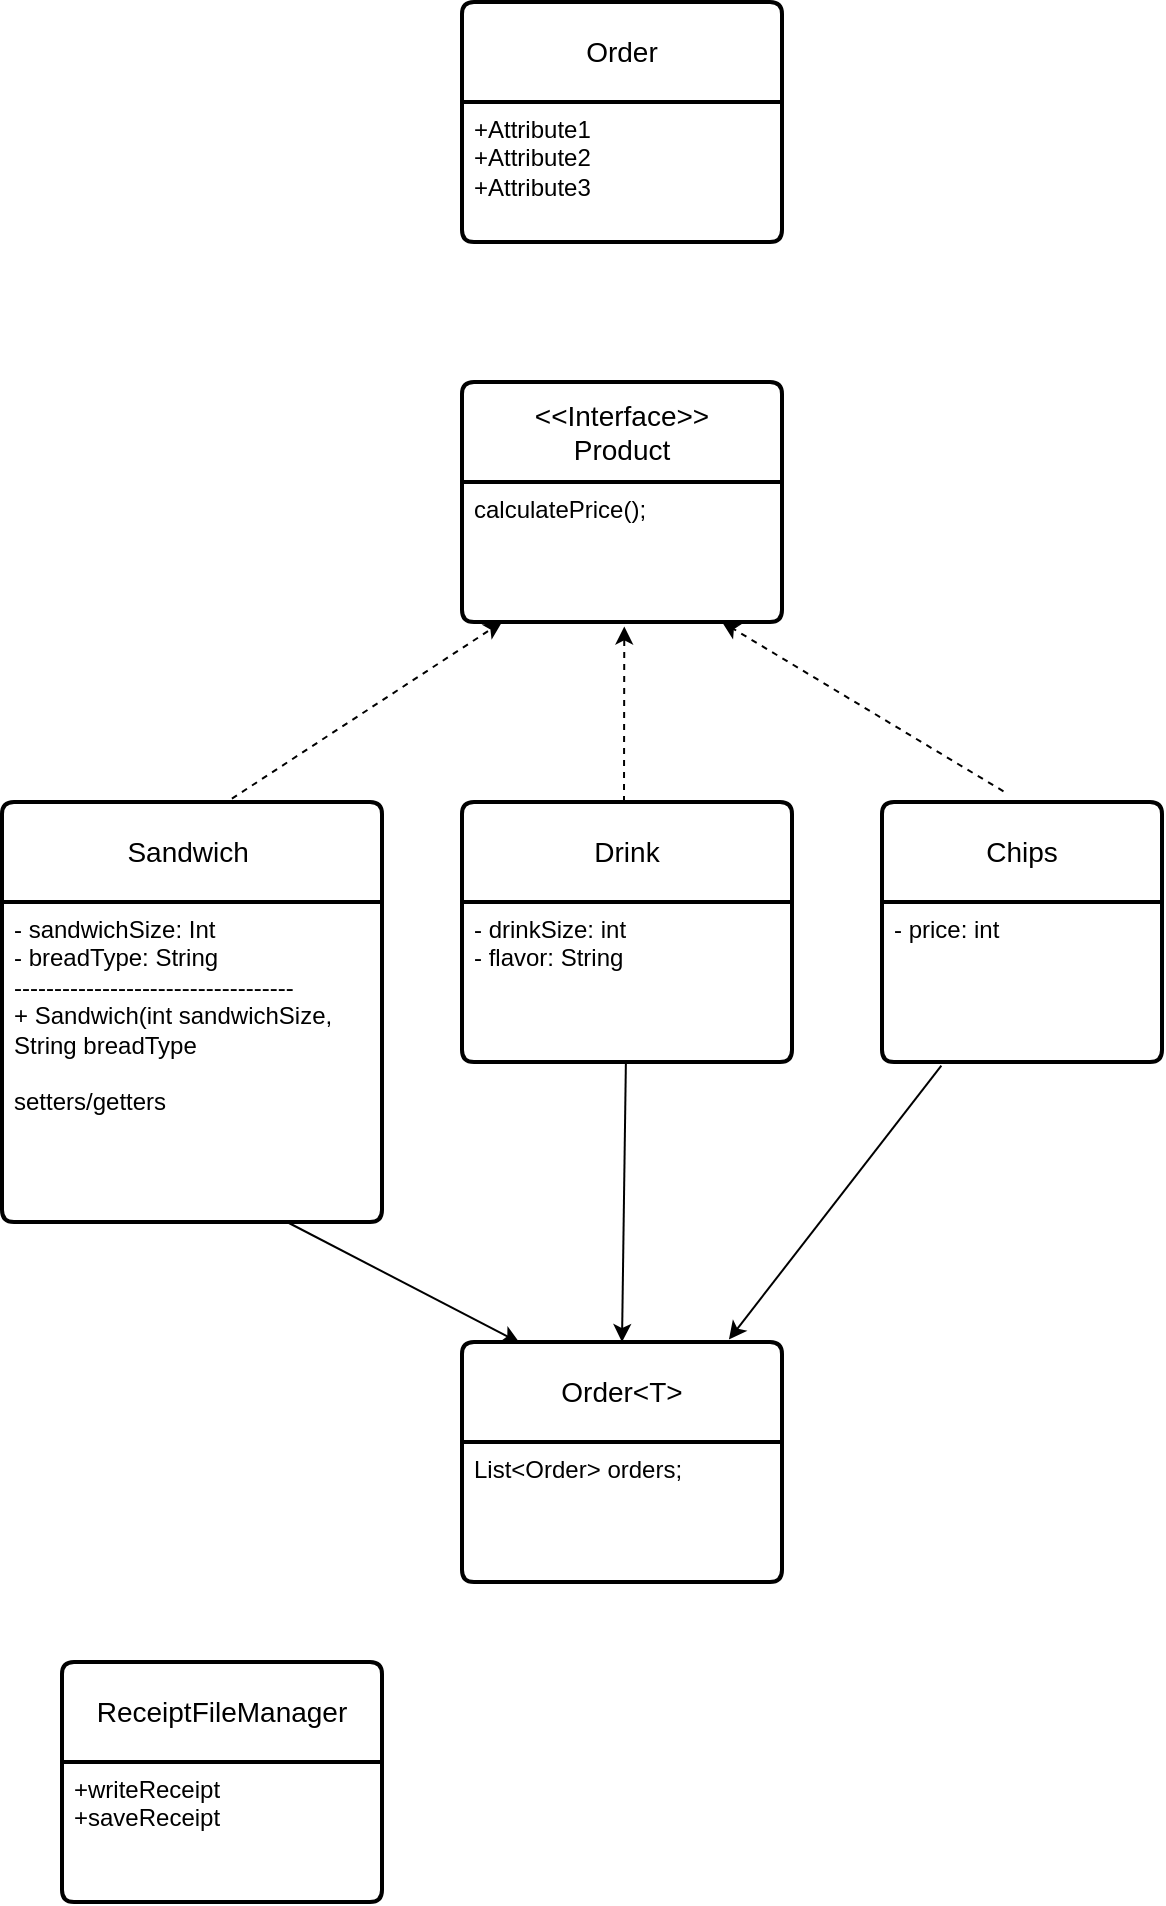
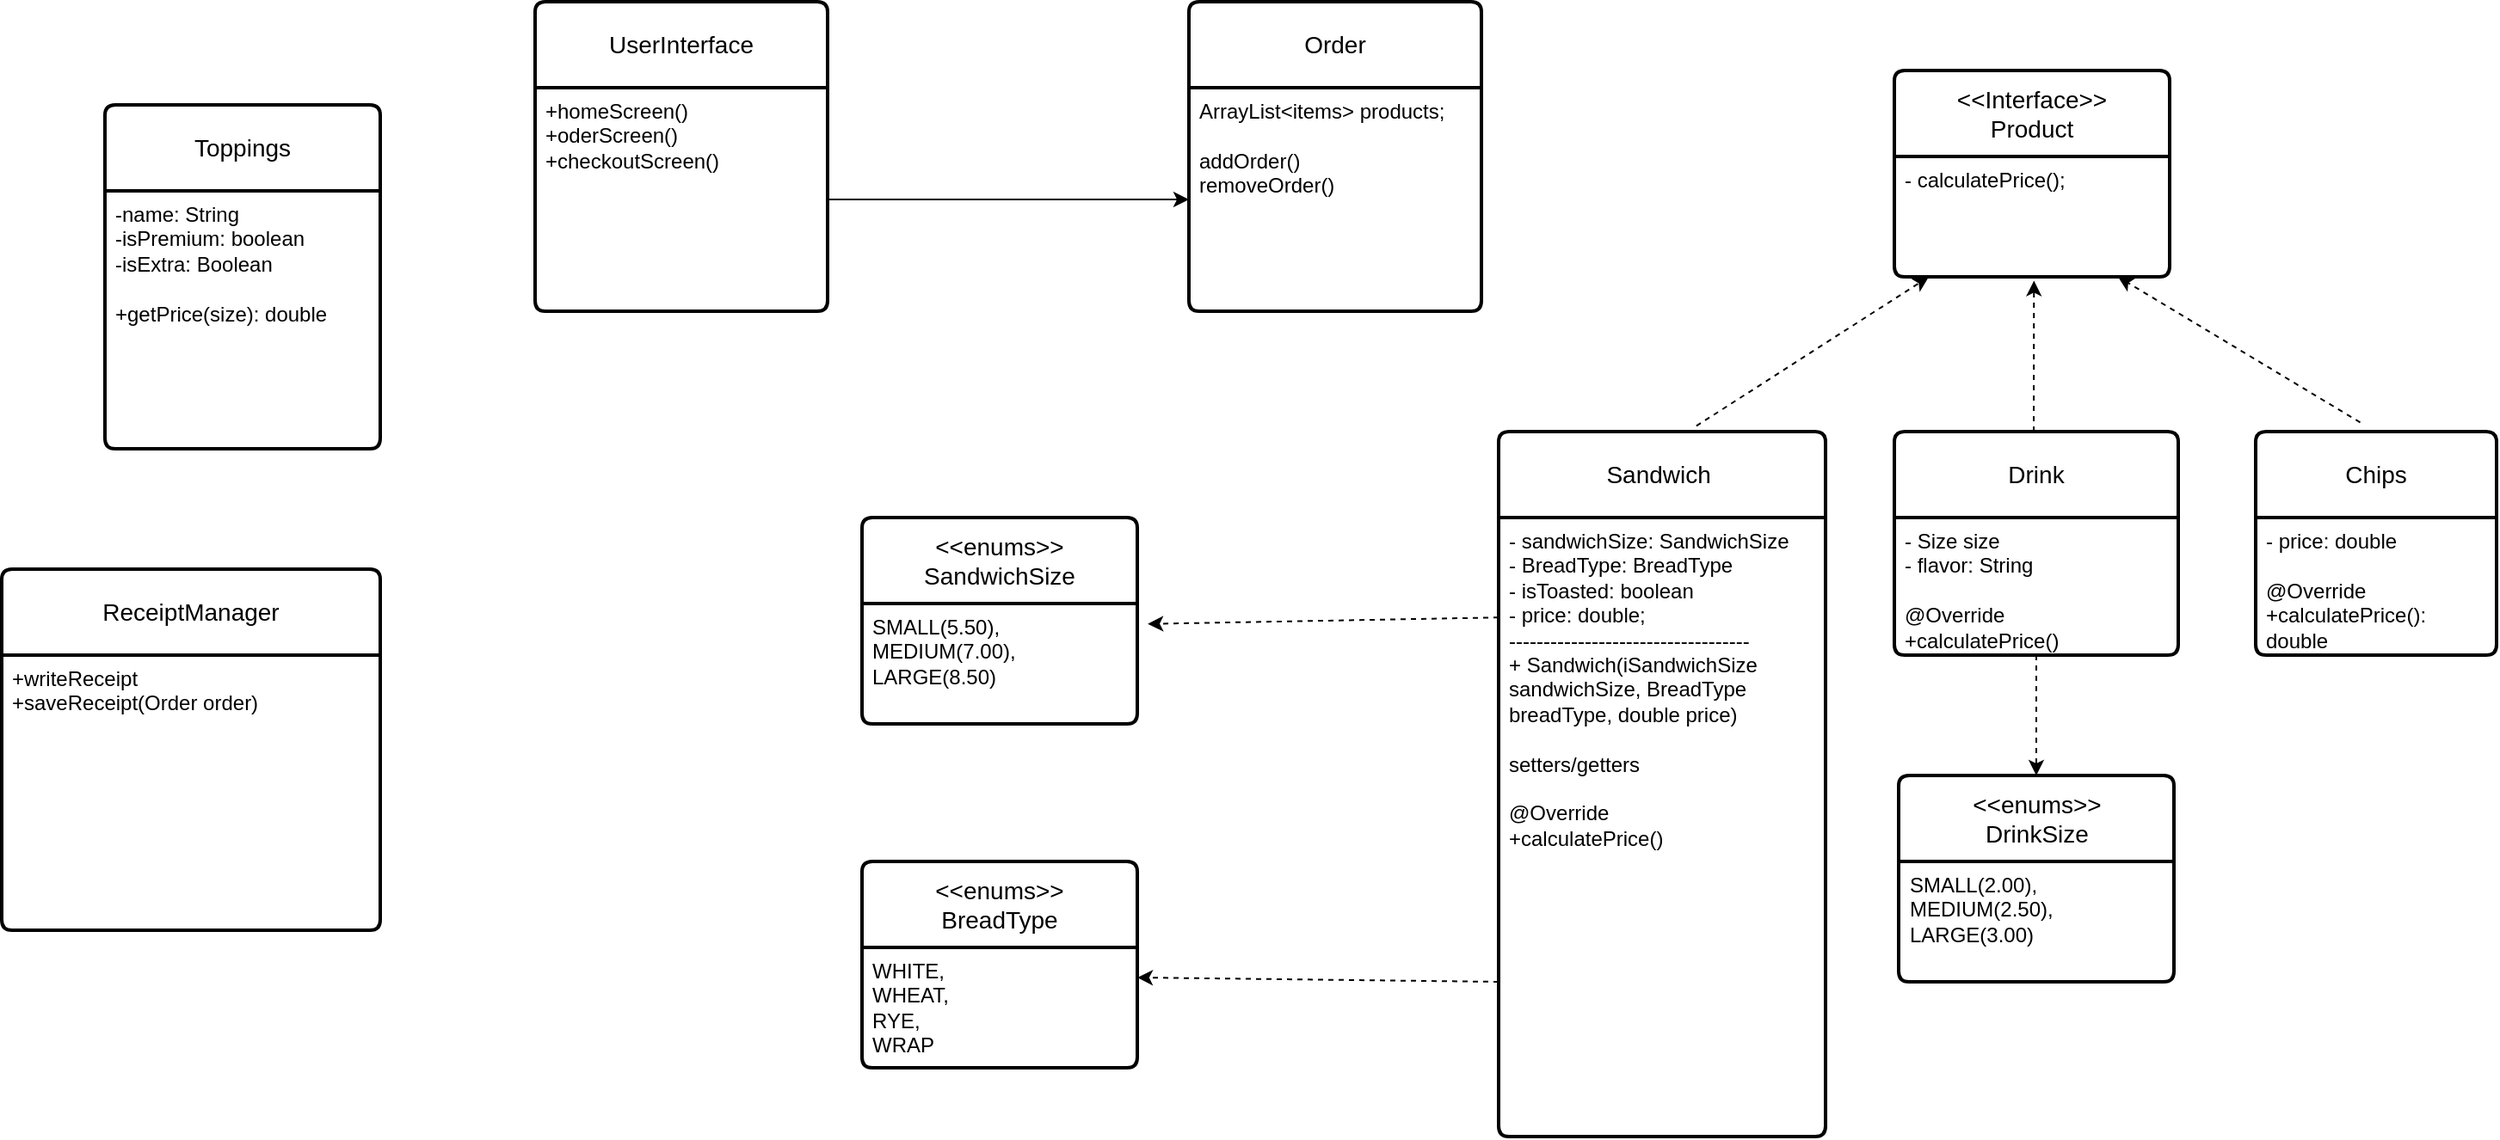
<mxfile host="app.diagrams.net">
  <diagram name="Page-1" id="YyGXs1iZocn5N6D9l4fh">
-     <mxGraphModel dx="620" dy="407" grid="1" gridSize="10" guides="1" tooltips="1" connect="1" arrows="1" fold="1" page="1" pageScale="1" pageWidth="850" pageHeight="1100" math="0" shadow="0">
+     <mxGraphModel dx="2051" dy="588" grid="1" gridSize="10" guides="1" tooltips="1" connect="1" arrows="1" fold="1" page="1" pageScale="1" pageWidth="850" pageHeight="1100" math="0" shadow="0">
      <root>
        <mxCell id="0" />
        <mxCell id="1" parent="0" />
        <mxCell id="Uu4XMJPzRMyQYmsgkCTQ-1" parent="1" style="swimlane;childLayout=stackLayout;horizontal=1;startSize=50;horizontalStack=0;rounded=1;fontSize=14;fontStyle=0;strokeWidth=2;resizeParent=0;resizeLast=1;shadow=0;dashed=0;align=center;arcSize=4;whiteSpace=wrap;html=1;" value="Sandwich&amp;nbsp;" vertex="1">
-           <mxGeometry height="210" width="190" x="90" y="480" as="geometry" />
+           <mxGeometry height="410" width="190" x="90" y="480" as="geometry" />
        </mxCell>
-         <mxCell id="Uu4XMJPzRMyQYmsgkCTQ-2" parent="Uu4XMJPzRMyQYmsgkCTQ-1" style="align=left;strokeColor=none;fillColor=none;spacingLeft=4;spacingRight=4;fontSize=12;verticalAlign=top;resizable=0;rotatable=0;part=1;html=1;whiteSpace=wrap;" value="- sandwichSize: Int&amp;nbsp;&lt;div&gt;- breadType: String&amp;nbsp;&lt;/div&gt;&lt;div&gt;-----------------------------------&lt;/div&gt;&lt;div&gt;+ Sandwich(int sandwichSize, String breadType&lt;/div&gt;&lt;div&gt;&lt;br&gt;&lt;/div&gt;&lt;div&gt;setters/getters&lt;/div&gt;&lt;div&gt;&lt;br&gt;&lt;/div&gt;&lt;div&gt;&lt;br&gt;&lt;/div&gt;" vertex="1">
-           <mxGeometry height="160" width="190" y="50" as="geometry" />
+         <mxCell id="Uu4XMJPzRMyQYmsgkCTQ-2" parent="Uu4XMJPzRMyQYmsgkCTQ-1" style="align=left;strokeColor=none;fillColor=none;spacingLeft=4;spacingRight=4;fontSize=12;verticalAlign=top;resizable=0;rotatable=0;part=1;html=1;whiteSpace=wrap;" value="&lt;div&gt;- sandwichSize:&amp;nbsp;&lt;span style=&quot;background-color: transparent; color: light-dark(rgb(0, 0, 0), rgb(255, 255, 255));&quot;&gt;SandwichSize&lt;/span&gt;&lt;/div&gt;&lt;div&gt;- BreadType: BreadType&lt;div&gt;- isToasted: boolean&lt;/div&gt;&lt;div&gt;- price: double;&lt;/div&gt;&lt;div&gt;-----------------------------------&lt;/div&gt;&lt;div&gt;+ Sandwich(iSandwichSize sandwichSize, BreadType breadType, double price)&lt;/div&gt;&lt;div&gt;&lt;br&gt;&lt;/div&gt;&lt;div&gt;setters/getters&lt;/div&gt;&lt;div&gt;&lt;br&gt;&lt;/div&gt;&lt;div&gt;@Override&lt;/div&gt;&lt;div&gt;+calculatePrice()&lt;/div&gt;&lt;/div&gt;" vertex="1">
+           <mxGeometry height="360" width="190" y="50" as="geometry" />
        </mxCell>
        <mxCell id="Uu4XMJPzRMyQYmsgkCTQ-3" parent="1" style="swimlane;childLayout=stackLayout;horizontal=1;startSize=50;horizontalStack=0;rounded=1;fontSize=14;fontStyle=0;strokeWidth=2;resizeParent=0;resizeLast=1;shadow=0;dashed=0;align=center;arcSize=4;whiteSpace=wrap;html=1;" value="Drink" vertex="1">
          <mxGeometry height="130" width="165" x="320" y="480" as="geometry" />
        </mxCell>
-         <mxCell id="Uu4XMJPzRMyQYmsgkCTQ-4" parent="Uu4XMJPzRMyQYmsgkCTQ-3" style="align=left;strokeColor=none;fillColor=none;spacingLeft=4;spacingRight=4;fontSize=12;verticalAlign=top;resizable=0;rotatable=0;part=1;html=1;whiteSpace=wrap;" value="- drinkSize: int&amp;nbsp;&lt;div&gt;- flavor: String&lt;/div&gt;" vertex="1">
+         <mxCell id="Uu4XMJPzRMyQYmsgkCTQ-4" parent="Uu4XMJPzRMyQYmsgkCTQ-3" style="align=left;strokeColor=none;fillColor=none;spacingLeft=4;spacingRight=4;fontSize=12;verticalAlign=top;resizable=0;rotatable=0;part=1;html=1;whiteSpace=wrap;" value="- Size size&lt;div&gt;- flavor: String&lt;/div&gt;&lt;div&gt;&lt;br&gt;&lt;/div&gt;&lt;div&gt;&lt;div&gt;@Override&lt;/div&gt;&lt;div&gt;+calculatePrice()&lt;/div&gt;&lt;/div&gt;" vertex="1">
          <mxGeometry height="80" width="165" y="50" as="geometry" />
        </mxCell>
        <mxCell id="Uu4XMJPzRMyQYmsgkCTQ-5" parent="1" style="swimlane;childLayout=stackLayout;horizontal=1;startSize=50;horizontalStack=0;rounded=1;fontSize=14;fontStyle=0;strokeWidth=2;resizeParent=0;resizeLast=1;shadow=0;dashed=0;align=center;arcSize=4;whiteSpace=wrap;html=1;" value="Chips" vertex="1">
          <mxGeometry height="130" width="140" x="530" y="480" as="geometry" />
        </mxCell>
-         <mxCell id="Uu4XMJPzRMyQYmsgkCTQ-6" parent="Uu4XMJPzRMyQYmsgkCTQ-5" style="align=left;strokeColor=none;fillColor=none;spacingLeft=4;spacingRight=4;fontSize=12;verticalAlign=top;resizable=0;rotatable=0;part=1;html=1;whiteSpace=wrap;" value="- price: int" vertex="1">
+         <mxCell id="Uu4XMJPzRMyQYmsgkCTQ-6" parent="Uu4XMJPzRMyQYmsgkCTQ-5" style="align=left;strokeColor=none;fillColor=none;spacingLeft=4;spacingRight=4;fontSize=12;verticalAlign=top;resizable=0;rotatable=0;part=1;html=1;whiteSpace=wrap;" value="- price: double&lt;div&gt;&lt;br&gt;&lt;/div&gt;&lt;div&gt;&lt;div&gt;@Override&lt;/div&gt;&lt;div&gt;+calculatePrice(): double&lt;/div&gt;&lt;/div&gt;" vertex="1">
          <mxGeometry height="80" width="140" y="50" as="geometry" />
-         </mxCell>
-         <mxCell id="Uu4XMJPzRMyQYmsgkCTQ-7" parent="1" style="swimlane;childLayout=stackLayout;horizontal=1;startSize=50;horizontalStack=0;rounded=1;fontSize=14;fontStyle=0;strokeWidth=2;resizeParent=0;resizeLast=1;shadow=0;dashed=0;align=center;arcSize=4;whiteSpace=wrap;html=1;" value="Order" vertex="1">
-           <mxGeometry height="120" width="160" x="320" y="80" as="geometry" />
-         </mxCell>
-         <mxCell id="Uu4XMJPzRMyQYmsgkCTQ-8" parent="Uu4XMJPzRMyQYmsgkCTQ-7" style="align=left;strokeColor=none;fillColor=none;spacingLeft=4;spacingRight=4;fontSize=12;verticalAlign=top;resizable=0;rotatable=0;part=1;html=1;whiteSpace=wrap;" value="+Attribute1&#xa;+Attribute2&#xa;+Attribute3" vertex="1">
-           <mxGeometry height="70" width="160" y="50" as="geometry" />
        </mxCell>
        <mxCell id="Uu4XMJPzRMyQYmsgkCTQ-9" parent="1" style="swimlane;childLayout=stackLayout;horizontal=1;startSize=50;horizontalStack=0;rounded=1;fontSize=14;fontStyle=0;strokeWidth=2;resizeParent=0;resizeLast=1;shadow=0;dashed=0;align=center;arcSize=4;whiteSpace=wrap;html=1;" value="&lt;div&gt;&amp;lt;&amp;lt;Interface&amp;gt;&amp;gt;&lt;/div&gt;Product" vertex="1">
          <mxGeometry height="120" width="160" x="320" y="270" as="geometry" />
        </mxCell>
-         <mxCell id="Uu4XMJPzRMyQYmsgkCTQ-10" parent="Uu4XMJPzRMyQYmsgkCTQ-9" style="align=left;strokeColor=none;fillColor=none;spacingLeft=4;spacingRight=4;fontSize=12;verticalAlign=top;resizable=0;rotatable=0;part=1;html=1;whiteSpace=wrap;" value="calculatePrice();" vertex="1">
+         <mxCell id="Uu4XMJPzRMyQYmsgkCTQ-10" parent="Uu4XMJPzRMyQYmsgkCTQ-9" style="align=left;strokeColor=none;fillColor=none;spacingLeft=4;spacingRight=4;fontSize=12;verticalAlign=top;resizable=0;rotatable=0;part=1;html=1;whiteSpace=wrap;" value="- calculatePrice();" vertex="1">
          <mxGeometry height="70" width="160" y="50" as="geometry" />
        </mxCell>
        <mxCell id="Uu4XMJPzRMyQYmsgkCTQ-11" edge="1" parent="1" source="Uu4XMJPzRMyQYmsgkCTQ-1" style="endArrow=classic;html=1;rounded=0;dashed=1;exitX=0.605;exitY=-0.008;exitDx=0;exitDy=0;exitPerimeter=0;" value="">
          <mxGeometry height="50" relative="1" width="50" as="geometry">
            <mxPoint x="180" y="480" as="sourcePoint" />
            <mxPoint x="340" y="390" as="targetPoint" />
          </mxGeometry>
        </mxCell>
        <mxCell id="Uu4XMJPzRMyQYmsgkCTQ-12" edge="1" parent="1" style="endArrow=classic;html=1;rounded=0;entryX=0.454;entryY=1.032;entryDx=0;entryDy=0;entryPerimeter=0;dashed=1;" value="">
          <mxGeometry height="50" relative="1" width="50" as="geometry">
            <Array as="points" />
            <mxPoint x="401" y="480" as="sourcePoint" />
            <mxPoint x="401.14" y="392.2399999999999" as="targetPoint" />
          </mxGeometry>
        </mxCell>
        <mxCell id="Uu4XMJPzRMyQYmsgkCTQ-13" edge="1" parent="1" style="endArrow=classic;html=1;rounded=0;exitX=0.563;exitY=-0.012;exitDx=0;exitDy=0;exitPerimeter=0;dashed=1;" value="">
          <mxGeometry height="50" relative="1" width="50" as="geometry">
            <mxPoint x="590.7399999999999" y="474.6600000000001" as="sourcePoint" />
            <mxPoint x="450" y="390" as="targetPoint" />
          </mxGeometry>
        </mxCell>
-         <mxCell id="Uu4XMJPzRMyQYmsgkCTQ-14" parent="1" style="swimlane;childLayout=stackLayout;horizontal=1;startSize=50;horizontalStack=0;rounded=1;fontSize=14;fontStyle=0;strokeWidth=2;resizeParent=0;resizeLast=1;shadow=0;dashed=0;align=center;arcSize=4;whiteSpace=wrap;html=1;" value="Order&amp;lt;T&amp;gt;" vertex="1">
-           <mxGeometry height="120" width="160" x="320" y="750" as="geometry" />
+         <mxCell id="Uu4XMJPzRMyQYmsgkCTQ-14" parent="1" style="swimlane;childLayout=stackLayout;horizontal=1;startSize=50;horizontalStack=0;rounded=1;fontSize=14;fontStyle=0;strokeWidth=2;resizeParent=0;resizeLast=1;shadow=0;dashed=0;align=center;arcSize=4;whiteSpace=wrap;html=1;" value="Order" vertex="1">
+           <mxGeometry height="180" width="170" x="-90" y="230" as="geometry" />
        </mxCell>
-         <mxCell id="Uu4XMJPzRMyQYmsgkCTQ-15" parent="Uu4XMJPzRMyQYmsgkCTQ-14" style="align=left;strokeColor=none;fillColor=none;spacingLeft=4;spacingRight=4;fontSize=12;verticalAlign=top;resizable=0;rotatable=0;part=1;html=1;whiteSpace=wrap;" value="List&amp;lt;Order&amp;gt; orders;" vertex="1">
+         <mxCell id="Uu4XMJPzRMyQYmsgkCTQ-15" parent="Uu4XMJPzRMyQYmsgkCTQ-14" style="align=left;strokeColor=none;fillColor=none;spacingLeft=4;spacingRight=4;fontSize=12;verticalAlign=top;resizable=0;rotatable=0;part=1;html=1;whiteSpace=wrap;" value="ArrayList&amp;lt;items&amp;gt; products;&lt;div&gt;&lt;br&gt;&lt;/div&gt;&lt;div&gt;addOrder()&lt;/div&gt;&lt;div&gt;removeOrder()&lt;/div&gt;&lt;div&gt;&lt;br&gt;&lt;/div&gt;" vertex="1">
+           <mxGeometry height="130" width="170" y="50" as="geometry" />
+         </mxCell>
+         <mxCell id="Uu4XMJPzRMyQYmsgkCTQ-23" parent="1" style="swimlane;childLayout=stackLayout;horizontal=1;startSize=50;horizontalStack=0;rounded=1;fontSize=14;fontStyle=0;strokeWidth=2;resizeParent=0;resizeLast=1;shadow=0;dashed=0;align=center;arcSize=4;whiteSpace=wrap;html=1;" value="ReceiptManager" vertex="1">
+           <mxGeometry height="210" width="220" x="-780" y="560" as="geometry" />
+         </mxCell>
+         <mxCell id="Uu4XMJPzRMyQYmsgkCTQ-24" parent="Uu4XMJPzRMyQYmsgkCTQ-23" style="align=left;strokeColor=none;fillColor=none;spacingLeft=4;spacingRight=4;fontSize=12;verticalAlign=top;resizable=0;rotatable=0;part=1;html=1;whiteSpace=wrap;" value="&lt;div&gt;+writeReceipt&lt;/div&gt;+saveReceipt(Order order)&lt;div&gt;&lt;br&gt;&lt;/div&gt;" vertex="1">
+           <mxGeometry height="160" width="220" y="50" as="geometry" />
+         </mxCell>
+         <mxCell id="Uu4XMJPzRMyQYmsgkCTQ-25" parent="1" style="swimlane;childLayout=stackLayout;horizontal=1;startSize=50;horizontalStack=0;rounded=1;fontSize=14;fontStyle=0;strokeWidth=2;resizeParent=0;resizeLast=1;shadow=0;dashed=0;align=center;arcSize=4;whiteSpace=wrap;html=1;" value="&amp;lt;&amp;lt;enums&amp;gt;&amp;gt;&lt;div&gt;SandwichSize&lt;/div&gt;" vertex="1">
+           <mxGeometry height="120" width="160" x="-280" y="530" as="geometry" />
+         </mxCell>
+         <mxCell id="Uu4XMJPzRMyQYmsgkCTQ-26" parent="Uu4XMJPzRMyQYmsgkCTQ-25" style="align=left;strokeColor=none;fillColor=none;spacingLeft=4;spacingRight=4;fontSize=12;verticalAlign=top;resizable=0;rotatable=0;part=1;html=1;whiteSpace=wrap;" value="SMALL(5.50),&lt;br&gt;MEDIUM(7.00),&lt;br&gt;LARGE(8.50)" vertex="1">
          <mxGeometry height="70" width="160" y="50" as="geometry" />
        </mxCell>
-         <mxCell id="Uu4XMJPzRMyQYmsgkCTQ-16" edge="1" parent="1" source="Uu4XMJPzRMyQYmsgkCTQ-2" style="endArrow=classic;html=1;rounded=0;exitX=0.75;exitY=1;exitDx=0;exitDy=0;entryX=0.18;entryY=0.003;entryDx=0;entryDy=0;entryPerimeter=0;" target="Uu4XMJPzRMyQYmsgkCTQ-14" value="">
+         <mxCell id="Uu4XMJPzRMyQYmsgkCTQ-30" parent="1" style="swimlane;childLayout=stackLayout;horizontal=1;startSize=50;horizontalStack=0;rounded=1;fontSize=14;fontStyle=0;strokeWidth=2;resizeParent=0;resizeLast=1;shadow=0;dashed=0;align=center;arcSize=4;whiteSpace=wrap;html=1;" value="UserInterface" vertex="1">
+           <mxGeometry height="180" width="170" x="-470" y="230" as="geometry" />
+         </mxCell>
+         <mxCell id="Uu4XMJPzRMyQYmsgkCTQ-31" parent="Uu4XMJPzRMyQYmsgkCTQ-30" style="align=left;strokeColor=none;fillColor=none;spacingLeft=4;spacingRight=4;fontSize=12;verticalAlign=top;resizable=0;rotatable=0;part=1;html=1;whiteSpace=wrap;" value="&lt;div&gt;+homeScreen()&lt;/div&gt;&lt;div&gt;+oderScreen()&lt;/div&gt;&lt;div&gt;+checkoutScreen()&lt;/div&gt;" vertex="1">
+           <mxGeometry height="130" width="170" y="50" as="geometry" />
+         </mxCell>
+         <mxCell id="Uu4XMJPzRMyQYmsgkCTQ-33" parent="1" style="swimlane;childLayout=stackLayout;horizontal=1;startSize=50;horizontalStack=0;rounded=1;fontSize=14;fontStyle=0;strokeWidth=2;resizeParent=0;resizeLast=1;shadow=0;dashed=0;align=center;arcSize=4;whiteSpace=wrap;html=1;" value="&amp;lt;&amp;lt;enums&amp;gt;&amp;gt;&lt;div&gt;DrinkSize&lt;/div&gt;" vertex="1">
+           <mxGeometry height="120" width="160" x="322.5" y="680" as="geometry" />
+         </mxCell>
+         <mxCell id="Uu4XMJPzRMyQYmsgkCTQ-34" parent="Uu4XMJPzRMyQYmsgkCTQ-33" style="align=left;strokeColor=none;fillColor=none;spacingLeft=4;spacingRight=4;fontSize=12;verticalAlign=top;resizable=0;rotatable=0;part=1;html=1;whiteSpace=wrap;" value="SMALL(2.00),&lt;br&gt;MEDIUM(2.50),&lt;br&gt;LARGE(3.00)" vertex="1">
+           <mxGeometry height="70" width="160" y="50" as="geometry" />
+         </mxCell>
+         <mxCell id="Uu4XMJPzRMyQYmsgkCTQ-35" parent="1" style="swimlane;childLayout=stackLayout;horizontal=1;startSize=50;horizontalStack=0;rounded=1;fontSize=14;fontStyle=0;strokeWidth=2;resizeParent=0;resizeLast=1;shadow=0;dashed=0;align=center;arcSize=4;whiteSpace=wrap;html=1;" value="&amp;lt;&amp;lt;enums&amp;gt;&amp;gt;&lt;div&gt;BreadType&lt;/div&gt;" vertex="1">
+           <mxGeometry height="120" width="160" x="-280" y="730" as="geometry" />
+         </mxCell>
+         <mxCell id="Uu4XMJPzRMyQYmsgkCTQ-36" parent="Uu4XMJPzRMyQYmsgkCTQ-35" style="align=left;strokeColor=none;fillColor=none;spacingLeft=4;spacingRight=4;fontSize=12;verticalAlign=top;resizable=0;rotatable=0;part=1;html=1;whiteSpace=wrap;" value="WHITE,&lt;div&gt;WHEAT,&lt;/div&gt;&lt;div&gt;RYE,&lt;/div&gt;&lt;div&gt;WRAP&lt;/div&gt;" vertex="1">
+           <mxGeometry height="70" width="160" y="50" as="geometry" />
+         </mxCell>
+         <mxCell id="Uu4XMJPzRMyQYmsgkCTQ-37" edge="1" parent="1" style="endArrow=classic;html=1;rounded=0;entryX=1.019;entryY=0.111;entryDx=0;entryDy=0;entryPerimeter=0;exitX=-0.016;exitY=0.15;exitDx=0;exitDy=0;exitPerimeter=0;dashed=1;" value="">
          <mxGeometry height="50" relative="1" width="50" as="geometry">
-             <mxPoint x="370" y="750" as="sourcePoint" />
-             <mxPoint x="420" y="700" as="targetPoint" />
+             <mxPoint x="90.00000000000003" y="588.11" as="sourcePoint" />
+             <mxPoint x="-113.91999999999959" y="591.88" as="targetPoint" />
          </mxGeometry>
        </mxCell>
-         <mxCell id="Uu4XMJPzRMyQYmsgkCTQ-17" edge="1" parent="1" source="Uu4XMJPzRMyQYmsgkCTQ-4" style="endArrow=classic;html=1;rounded=0;entryX=0.5;entryY=0;entryDx=0;entryDy=0;" target="Uu4XMJPzRMyQYmsgkCTQ-14" value="">
+         <mxCell id="Uu4XMJPzRMyQYmsgkCTQ-38" edge="1" parent="1" source="Uu4XMJPzRMyQYmsgkCTQ-2" style="endArrow=classic;html=1;rounded=0;entryX=1;entryY=0.25;entryDx=0;entryDy=0;dashed=1;exitX=0;exitY=0.75;exitDx=0;exitDy=0;" target="Uu4XMJPzRMyQYmsgkCTQ-36" value="">
          <mxGeometry height="50" relative="1" width="50" as="geometry">
-             <mxPoint x="370" y="750" as="sourcePoint" />
-             <mxPoint x="420" y="700" as="targetPoint" />
+             <Array as="points" />
+             <mxPoint x="80" y="790" as="sourcePoint" />
+             <mxPoint x="-130" y="770" as="targetPoint" />
          </mxGeometry>
        </mxCell>
-         <mxCell id="Uu4XMJPzRMyQYmsgkCTQ-18" edge="1" parent="1" source="Uu4XMJPzRMyQYmsgkCTQ-6" style="endArrow=classic;html=1;rounded=0;exitX=0.212;exitY=1.023;exitDx=0;exitDy=0;exitPerimeter=0;entryX=0.834;entryY=-0.01;entryDx=0;entryDy=0;entryPerimeter=0;" target="Uu4XMJPzRMyQYmsgkCTQ-14" value="">
+         <mxCell id="Uu4XMJPzRMyQYmsgkCTQ-39" edge="1" parent="1" source="Uu4XMJPzRMyQYmsgkCTQ-3" style="endArrow=classic;html=1;rounded=0;entryX=0.5;entryY=0;entryDx=0;entryDy=0;dashed=1;exitX=0.5;exitY=1;exitDx=0;exitDy=0;" target="Uu4XMJPzRMyQYmsgkCTQ-33" value="">
          <mxGeometry height="50" relative="1" width="50" as="geometry">
-             <mxPoint x="550" y="700" as="sourcePoint" />
-             <mxPoint x="600" y="650" as="targetPoint" />
+             <mxPoint x="630" y="690" as="sourcePoint" />
+             <mxPoint x="420" y="727" as="targetPoint" />
          </mxGeometry>
        </mxCell>
-         <mxCell id="Uu4XMJPzRMyQYmsgkCTQ-23" parent="1" style="swimlane;childLayout=stackLayout;horizontal=1;startSize=50;horizontalStack=0;rounded=1;fontSize=14;fontStyle=0;strokeWidth=2;resizeParent=0;resizeLast=1;shadow=0;dashed=0;align=center;arcSize=4;whiteSpace=wrap;html=1;" value="ReceiptFileManager" vertex="1">
-           <mxGeometry height="120" width="160" x="120" y="910" as="geometry" />
+         <mxCell id="Uu4XMJPzRMyQYmsgkCTQ-43" edge="1" parent="1" source="Uu4XMJPzRMyQYmsgkCTQ-31" style="endArrow=classic;html=1;rounded=0;exitX=1;exitY=0.5;exitDx=0;exitDy=0;entryX=0;entryY=0.5;entryDx=0;entryDy=0;" target="Uu4XMJPzRMyQYmsgkCTQ-15" value="">
+           <mxGeometry height="50" relative="1" width="50" as="geometry">
+             <mxPoint x="-20" y="490" as="sourcePoint" />
+             <mxPoint x="30" y="440" as="targetPoint" />
+           </mxGeometry>
        </mxCell>
-         <mxCell id="Uu4XMJPzRMyQYmsgkCTQ-24" parent="Uu4XMJPzRMyQYmsgkCTQ-23" style="align=left;strokeColor=none;fillColor=none;spacingLeft=4;spacingRight=4;fontSize=12;verticalAlign=top;resizable=0;rotatable=0;part=1;html=1;whiteSpace=wrap;" value="&lt;div&gt;+writeReceipt&lt;/div&gt;+saveReceipt&lt;div&gt;&lt;br&gt;&lt;/div&gt;" vertex="1">
-           <mxGeometry height="70" width="160" y="50" as="geometry" />
+         <mxCell id="Uu4XMJPzRMyQYmsgkCTQ-49" parent="1" style="swimlane;childLayout=stackLayout;horizontal=1;startSize=50;horizontalStack=0;rounded=1;fontSize=14;fontStyle=0;strokeWidth=2;resizeParent=0;resizeLast=1;shadow=0;dashed=0;align=center;arcSize=4;whiteSpace=wrap;html=1;" value="Toppings" vertex="1">
+           <mxGeometry height="200" width="160" x="-720" y="290" as="geometry" />
+         </mxCell>
+         <mxCell id="Uu4XMJPzRMyQYmsgkCTQ-50" parent="Uu4XMJPzRMyQYmsgkCTQ-49" style="align=left;strokeColor=none;fillColor=none;spacingLeft=4;spacingRight=4;fontSize=12;verticalAlign=top;resizable=0;rotatable=0;part=1;html=1;whiteSpace=wrap;" value="-name: String&amp;nbsp;&lt;div&gt;-isPremium: boolean&lt;/div&gt;&lt;div&gt;-isExtra: Boolean&lt;/div&gt;&lt;div&gt;&lt;br&gt;&lt;/div&gt;&lt;div&gt;+getPrice(size): double&lt;/div&gt;&lt;div&gt;&lt;br&gt;&lt;/div&gt;" vertex="1">
+           <mxGeometry height="150" width="160" y="50" as="geometry" />
        </mxCell>
      </root>
    </mxGraphModel>
  </diagram>
</mxfile>
